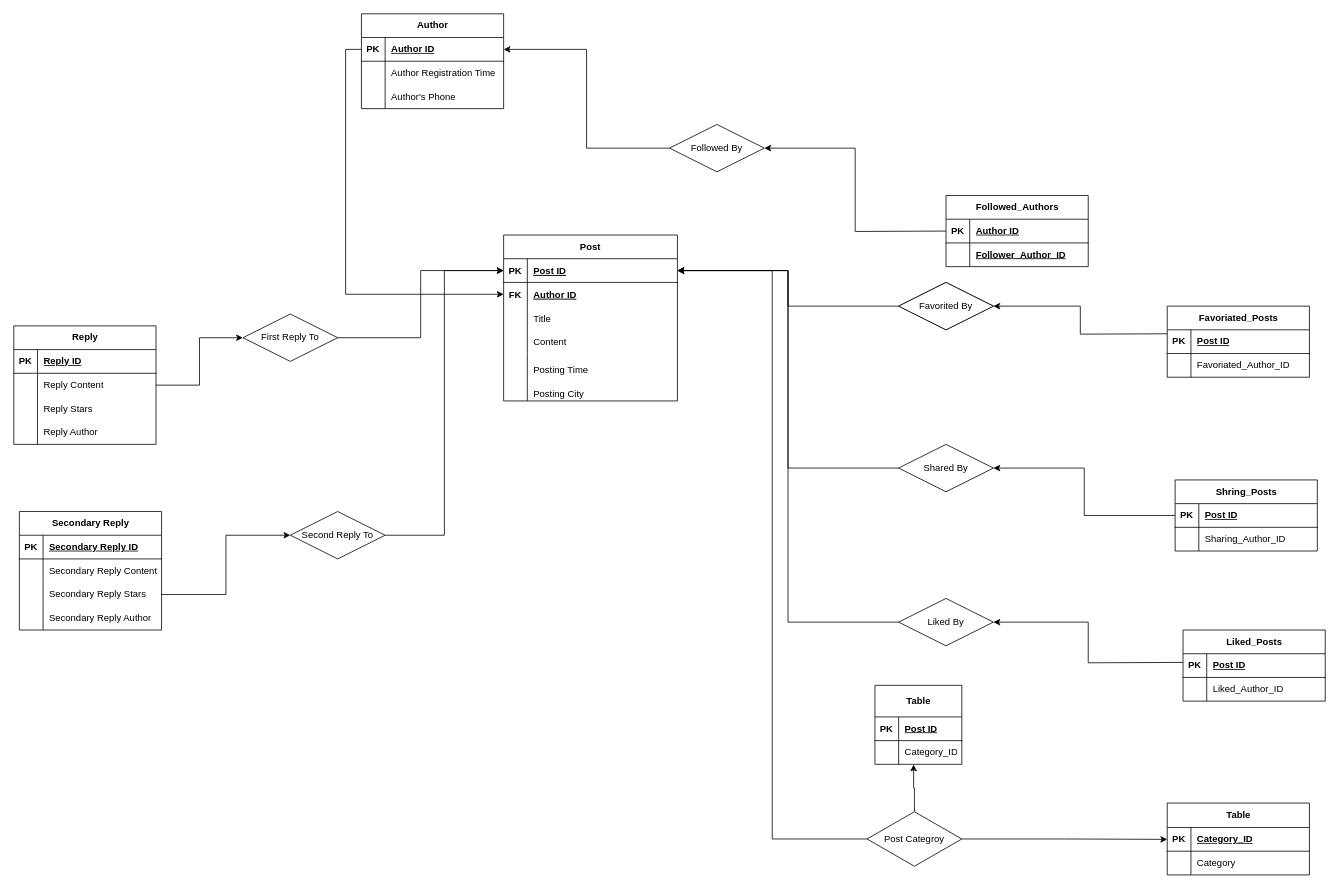
The draw.io diagram page "第 2 页" (2 of 2) of ER图.drawio in LN57421/CS307-DataBase, before the edit. Source tidied: cells renumbered, new cells numbered last; positions are measured from the earlier drawing's top-left corner, leaving out a move shared by most shapes. Both pictures are drawn from the tidied source at 79%, with x=0, y=0 at pixel (13, 13).
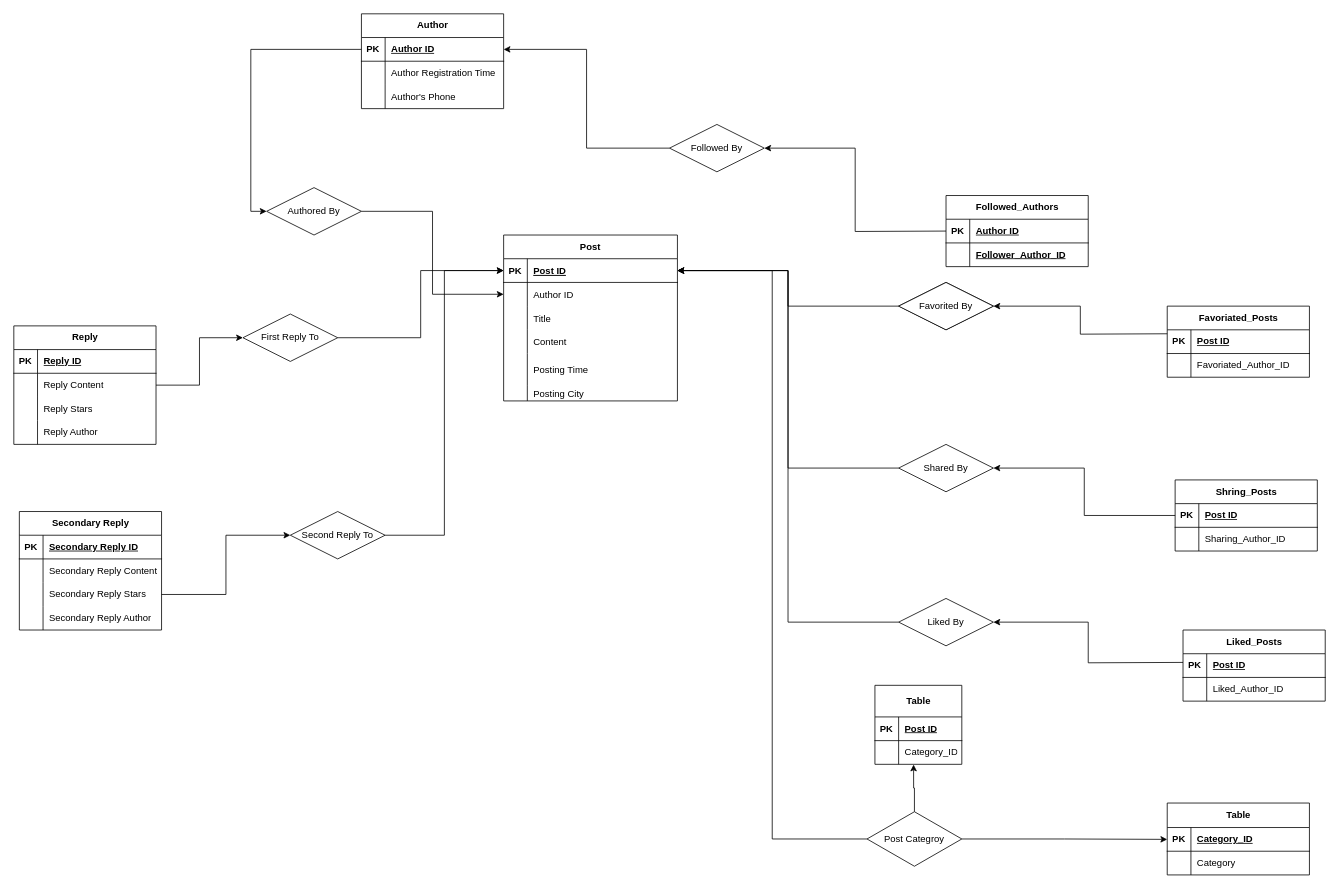
The same diagram, later.

Unchanged cells that the change refers to:
```xml
<mxCell id="6" style="shape=partialRectangle;fillColor=none;points=[[0,0.5],[1,0.5]];portConstraint=eastwest;top=0;left=0;right=0;bottom=0;" parent="2" vertex="1">
  <mxGeometry y="60" width="220" height="30" as="geometry" />
</mxCell>
<mxCell id="106" style="shape=tableRow;horizontal=0;startSize=0;swimlaneHead=0;swimlaneBody=0;fillColor=none;points=[[0,0.5],[1,0.5]];portConstraint=eastwest;top=0;left=0;right=0;bottom=1;" parent="105" vertex="1">
  <mxGeometry y="30" width="180" height="30" as="geometry" />
</mxCell>
```

Diff of the diagram source:
```diff
@@
-    <mxCell id="7" value="FK" style="shape=partialRectangle;overflow=hidden;fillColor=none;top=0;left=0;bottom=0;right=0;fontStyle=1;" parent="6" vertex="1">
+    <mxCell id="7" style="shape=partialRectangle;overflow=hidden;fillColor=none;top=0;left=0;bottom=0;right=0;fontStyle=1;" parent="6" vertex="1">
       <mxGeometry width="30" height="30" as="geometry" />
     </mxCell>
-    <mxCell id="8" value="Author ID" style="shape=partialRectangle;overflow=hidden;fillColor=none;top=0;left=0;bottom=0;right=0;align=left;spacingLeft=6;fontStyle=5;" parent="6" vertex="1">
+    <mxCell id="8" value="Author ID" style="shape=partialRectangle;overflow=hidden;fillColor=none;top=0;left=0;bottom=0;right=0;align=left;spacingLeft=6;fontStyle=0;" parent="6" vertex="1">
       <mxGeometry x="30" width="190" height="30" as="geometry" />
     </mxCell>
@@
-    <mxCell id="115" style="edgeStyle=orthogonalEdgeStyle;rounded=0;jettySize=auto;html=1;exitX=0;exitY=0.5;exitDx=0;exitDy=0;entryX=0;entryY=0.5;entryDx=0;entryDy=0;" parent="1" edge="1" source="106" target="6">
-      <mxGeometry relative="1" as="geometry" />
-    </mxCell>
@@
+    <mxCell id="123" style="edgeStyle=orthogonalEdgeStyle;rounded=0;jettySize=auto;html=1;exitX=1;exitY=0.5;exitDx=0;exitDy=0;entryX=0;entryY=0.5;entryDx=0;entryDy=0;" parent="1" edge="1" source="124" target="6">
+      <mxGeometry relative="1" as="geometry" />
+    </mxCell>
+    <mxCell id="124" value="Authored By" style="shape=rhombus;perimeter=rhombusPerimeter;whiteSpace=wrap;html=1;align=center;" parent="1" vertex="1">
+      <mxGeometry x="320" y="220" width="120" height="60" as="geometry" />
+    </mxCell>
+    <mxCell id="125" style="edgeStyle=orthogonalEdgeStyle;rounded=0;jettySize=auto;html=1;exitX=0;exitY=0.5;exitDx=0;exitDy=0;entryX=0;entryY=0.5;entryDx=0;entryDy=0;" parent="1" edge="1" source="106" target="124">
+      <mxGeometry relative="1" as="geometry" />
+    </mxCell>
```
